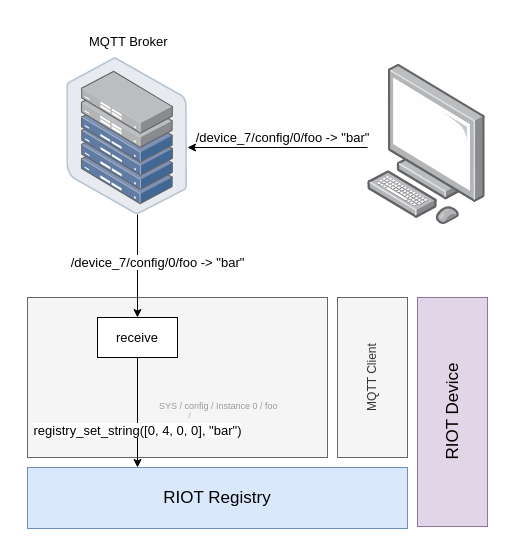
The draw.io diagram doc/drawio/mqtt_integration_flow.drawio in LasseRosenow/riot-runtime-config, before the edit. Source tidied: cells renumbered, new cells numbered last; positions are measured from the earlier drawing's top-left corner, leaving out a move shared by most shapes. Both pictures are drawn from the tidied source at 100%, with x=0, y=0 at pixel (-353, 17).
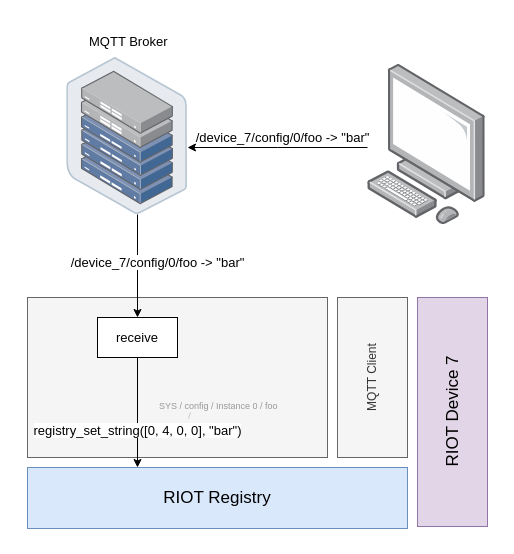
After the change.

Commit message (it also covers changes not shown here):
Fix mqtt diagram

The edit, as a diff of the source:
```diff
@@
-    <mxCell id="8" value="&lt;font style=&quot;font-size: 17px&quot;&gt;RIOT Device&lt;/font&gt;" style="rounded=0;whiteSpace=wrap;html=1;fillColor=#e1d5e7;strokeColor=#9673a6;horizontal=0;" parent="1" vertex="1">
+    <mxCell id="8" value="&lt;font style=&quot;font-size: 17px&quot;&gt;RIOT Device 7&lt;/font&gt;" style="rounded=0;whiteSpace=wrap;html=1;fillColor=#e1d5e7;strokeColor=#9673a6;horizontal=0;" parent="1" vertex="1">
       <mxGeometry x="770" y="280" width="70" height="229" as="geometry" />
     </mxCell>
```
